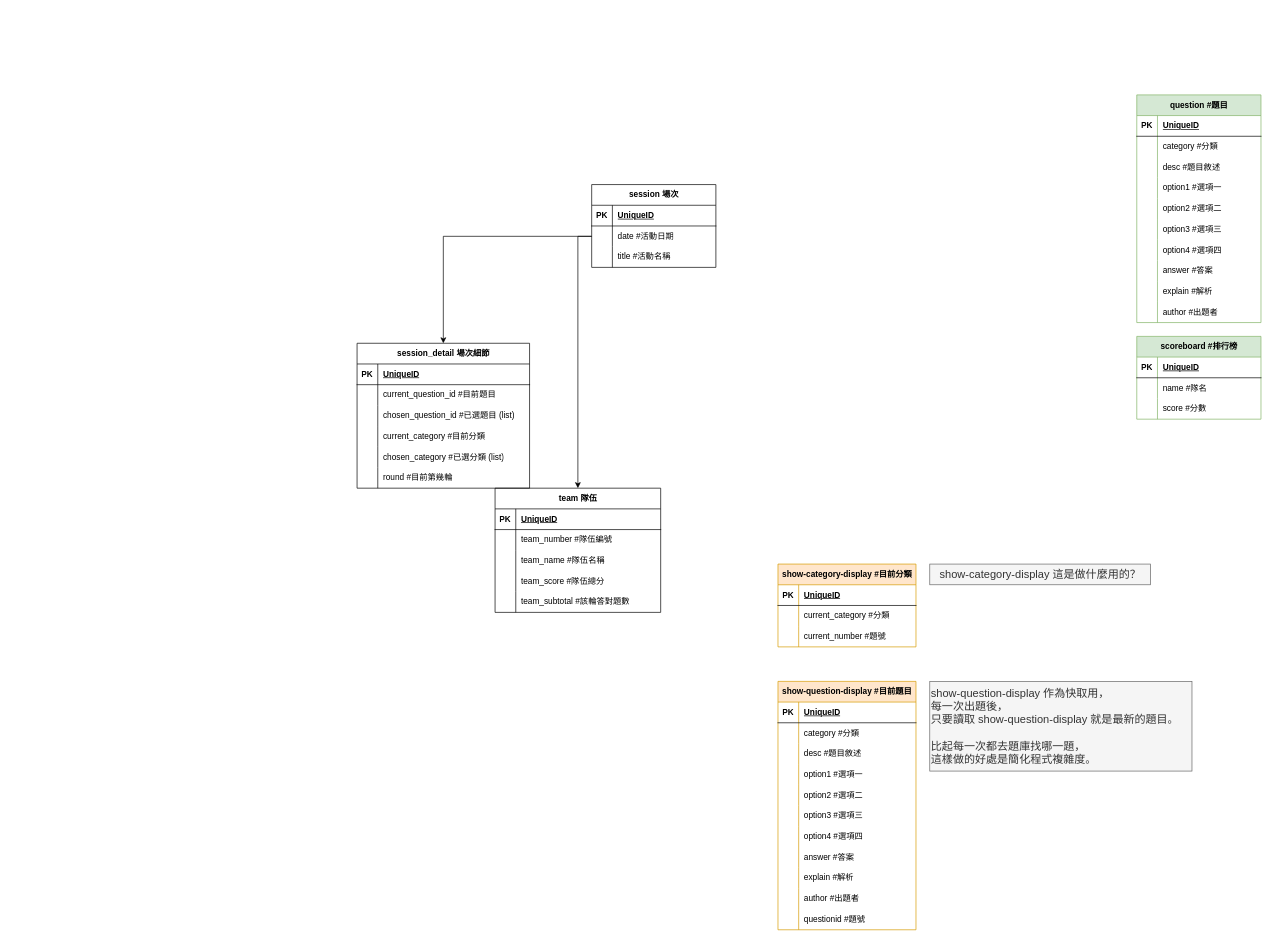
Before: design/database.drawio in chuanyang-studio/animated-spoon-20250308, a draw.io diagram. Source tidied: cells renumbered, new cells numbered last; positions are measured from the earlier drawing's top-left corner, leaving out a move shared by most shapes. Both pictures are drawn from the tidied source at 69%, with x=0, y=0 at pixel (357, 95).
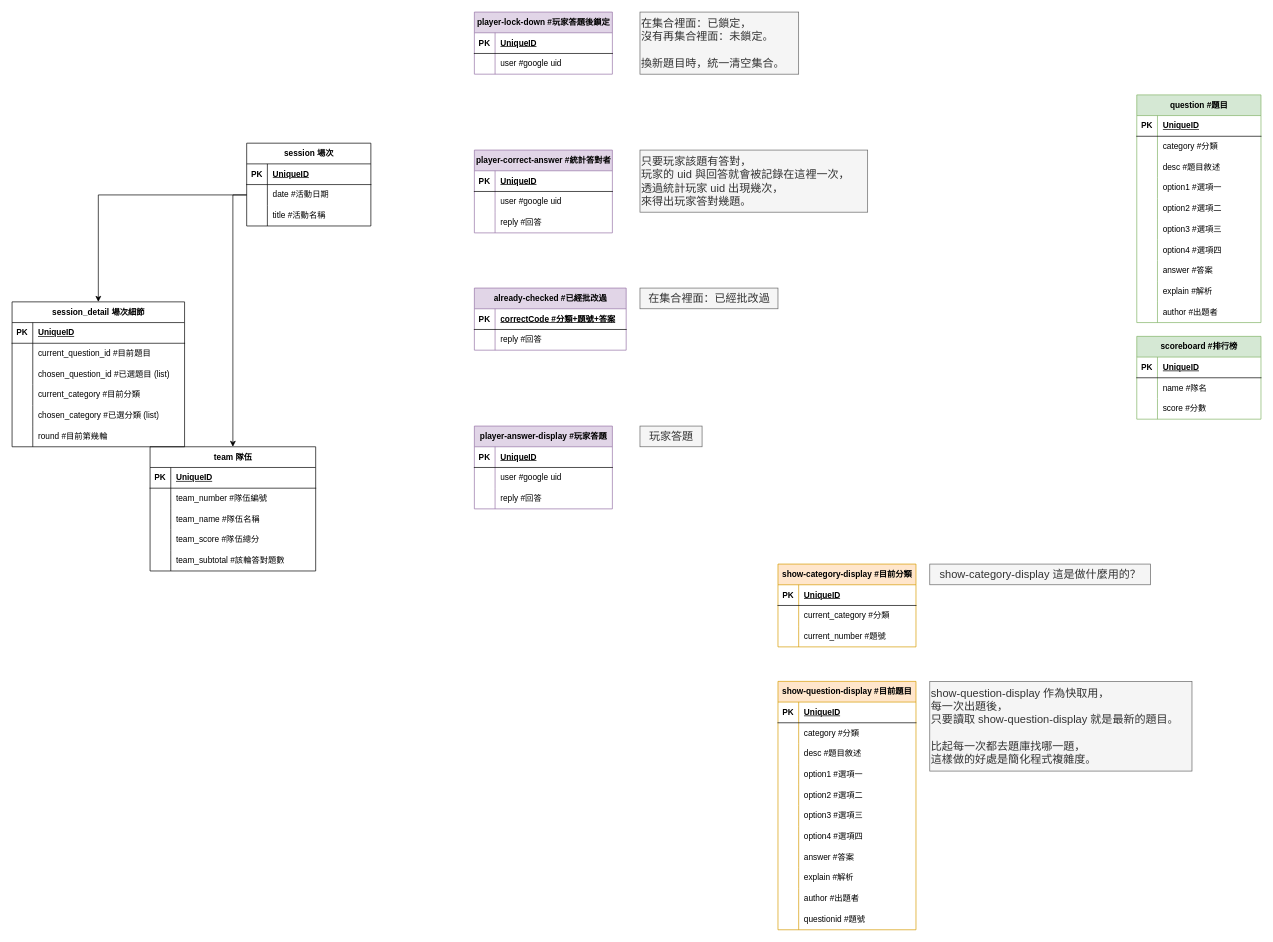
The same page after the edit.

Commit message:
add description to database design

Change to the diagram source:
```diff
@@
     <mxCell id="33" value="session 場次" style="shape=table;startSize=30;childLayout=tableLayout;rowLines=0;fontStyle=1;align=center;html=1;" parent="1" vertex="1">
-      <mxGeometry x="340" y="130" width="180" height="120" as="geometry" />
+      <mxGeometry x="-160" y="70" width="180" height="120" as="geometry" />
     </mxCell>
@@
     <mxCell id="43" value="team 隊伍" style="shape=table;startSize=30;childLayout=tableLayout;rowLines=0;fontStyle=1;align=center;html=1;" parent="1" vertex="1">
-      <mxGeometry x="200" y="570" width="240" height="180" as="geometry" />
+      <mxGeometry x="-300" y="510" width="240" height="180" as="geometry" />
     </mxCell>
@@
     <mxCell id="59" value="session_detail 場次細節" style="shape=table;startSize=30;childLayout=tableLayout;rowLines=0;fontStyle=1;align=center;html=1;" parent="1" vertex="1">
-      <mxGeometry y="360" width="250" height="210" as="geometry" />
+      <mxGeometry x="-500" y="300" width="250" height="210" as="geometry" />
     </mxCell>
@@
+    <mxCell id="136" value="player-lock-down #玩家答題後鎖定" style="shape=table;startSize=30;childLayout=tableLayout;rowLines=0;fontStyle=1;align=center;html=1;fillColor=#e1d5e7;strokeColor=#9673a6;" parent="1" vertex="1">
+      <mxGeometry x="170" y="-120" width="200" height="90" as="geometry" />
+    </mxCell>
+    <mxCell id="137" style="shape=tableRow;horizontal=0;startSize=0;swimlaneHead=0;swimlaneBody=0;fillColor=none;top=0;left=0;right=0;bottom=1;" parent="136" vertex="1">
+      <mxGeometry y="30" width="200" height="30" as="geometry" />
+    </mxCell>
+    <mxCell id="138" value="PK" style="shape=partialRectangle;fillColor=none;top=0;left=0;bottom=0;right=0;fontStyle=1;overflow=hidden;whiteSpace=wrap;html=1;" parent="137" vertex="1">
+      <mxGeometry width="30" height="30" as="geometry" />
+    </mxCell>
+    <mxCell id="139" value="UniqueID" style="shape=partialRectangle;fillColor=none;top=0;left=0;bottom=0;right=0;align=left;spacingLeft=6;fontStyle=5;overflow=hidden;whiteSpace=wrap;html=1;" parent="137" vertex="1">
+      <mxGeometry x="30" width="170" height="30" as="geometry" />
+    </mxCell>
+    <mxCell id="140" style="shape=tableRow;horizontal=0;startSize=0;swimlaneHead=0;swimlaneBody=0;fillColor=none;top=0;left=0;right=0;bottom=0;" parent="136" vertex="1">
+      <mxGeometry y="60" width="200" height="30" as="geometry" />
+    </mxCell>
+    <mxCell id="141" style="shape=partialRectangle;fillColor=none;top=0;left=0;bottom=0;right=0;overflow=hidden;whiteSpace=wrap;html=1;" parent="140" vertex="1">
+      <mxGeometry width="30" height="30" as="geometry" />
+    </mxCell>
+    <mxCell id="142" value="user #google uid" style="shape=partialRectangle;fillColor=none;top=0;left=0;bottom=0;right=0;align=left;spacingLeft=6;overflow=hidden;whiteSpace=wrap;html=1;" parent="140" vertex="1">
+      <mxGeometry x="30" width="170" height="30" as="geometry" />
+    </mxCell>
+    <mxCell id="143" value="player-correct-answer #統計答對者" style="shape=table;startSize=30;childLayout=tableLayout;rowLines=0;fontStyle=1;align=center;html=1;fillColor=#e1d5e7;strokeColor=#9673a6;" parent="1" vertex="1">
+      <mxGeometry x="170" y="80" width="200" height="120" as="geometry" />
+    </mxCell>
+    <mxCell id="144" style="shape=tableRow;horizontal=0;startSize=0;swimlaneHead=0;swimlaneBody=0;fillColor=none;top=0;left=0;right=0;bottom=1;" parent="143" vertex="1">
+      <mxGeometry y="30" width="200" height="30" as="geometry" />
+    </mxCell>
+    <mxCell id="145" value="PK" style="shape=partialRectangle;fillColor=none;top=0;left=0;bottom=0;right=0;fontStyle=1;overflow=hidden;whiteSpace=wrap;html=1;" parent="144" vertex="1">
+      <mxGeometry width="30" height="30" as="geometry" />
+    </mxCell>
+    <mxCell id="146" value="UniqueID" style="shape=partialRectangle;fillColor=none;top=0;left=0;bottom=0;right=0;align=left;spacingLeft=6;fontStyle=5;overflow=hidden;whiteSpace=wrap;html=1;" parent="144" vertex="1">
+      <mxGeometry x="30" width="170" height="30" as="geometry" />
+    </mxCell>
+    <mxCell id="147" style="shape=tableRow;horizontal=0;startSize=0;swimlaneHead=0;swimlaneBody=0;fillColor=none;top=0;left=0;right=0;bottom=0;" parent="143" vertex="1">
+      <mxGeometry y="60" width="200" height="30" as="geometry" />
+    </mxCell>
+    <mxCell id="148" style="shape=partialRectangle;fillColor=none;top=0;left=0;bottom=0;right=0;overflow=hidden;whiteSpace=wrap;html=1;" parent="147" vertex="1">
+      <mxGeometry width="30" height="30" as="geometry" />
+    </mxCell>
+    <mxCell id="149" value="user #google uid" style="shape=partialRectangle;fillColor=none;top=0;left=0;bottom=0;right=0;align=left;spacingLeft=6;overflow=hidden;whiteSpace=wrap;html=1;" parent="147" vertex="1">
+      <mxGeometry x="30" width="170" height="30" as="geometry" />
+    </mxCell>
+    <mxCell id="150" style="shape=tableRow;horizontal=0;startSize=0;swimlaneHead=0;swimlaneBody=0;fillColor=none;top=0;left=0;right=0;bottom=0;" parent="143" vertex="1">
+      <mxGeometry y="90" width="200" height="30" as="geometry" />
+    </mxCell>
+    <mxCell id="151" style="shape=partialRectangle;fillColor=none;top=0;left=0;bottom=0;right=0;overflow=hidden;whiteSpace=wrap;html=1;" parent="150" vertex="1">
+      <mxGeometry width="30" height="30" as="geometry" />
+    </mxCell>
+    <mxCell id="152" value="reply #回答" style="shape=partialRectangle;fillColor=none;top=0;left=0;bottom=0;right=0;align=left;spacingLeft=6;overflow=hidden;whiteSpace=wrap;html=1;" parent="150" vertex="1">
+      <mxGeometry x="30" width="170" height="30" as="geometry" />
+    </mxCell>
+    <mxCell id="153" value="already-checked #已經批改過" style="shape=table;startSize=30;childLayout=tableLayout;rowLines=0;fontStyle=1;align=center;html=1;fillColor=#e1d5e7;strokeColor=#9673a6;" parent="1" vertex="1">
+      <mxGeometry x="170" y="280" width="220" height="90" as="geometry" />
+    </mxCell>
+    <mxCell id="154" style="shape=tableRow;horizontal=0;startSize=0;swimlaneHead=0;swimlaneBody=0;fillColor=none;top=0;left=0;right=0;bottom=1;" parent="153" vertex="1">
+      <mxGeometry y="30" width="220" height="30" as="geometry" />
+    </mxCell>
+    <mxCell id="155" value="PK" style="shape=partialRectangle;fillColor=none;top=0;left=0;bottom=0;right=0;fontStyle=1;overflow=hidden;whiteSpace=wrap;html=1;" parent="154" vertex="1">
+      <mxGeometry width="30" height="30" as="geometry" />
+    </mxCell>
+    <mxCell id="156" value="correctCode #分類+題號+答案" style="shape=partialRectangle;fillColor=none;top=0;left=0;bottom=0;right=0;align=left;spacingLeft=6;fontStyle=5;overflow=hidden;whiteSpace=wrap;html=1;" parent="154" vertex="1">
+      <mxGeometry x="30" width="190" height="30" as="geometry" />
+    </mxCell>
+    <mxCell id="157" style="shape=tableRow;horizontal=0;startSize=0;swimlaneHead=0;swimlaneBody=0;fillColor=none;top=0;left=0;right=0;bottom=0;" parent="153" vertex="1">
+      <mxGeometry y="60" width="220" height="30" as="geometry" />
+    </mxCell>
+    <mxCell id="158" style="shape=partialRectangle;fillColor=none;top=0;left=0;bottom=0;right=0;overflow=hidden;whiteSpace=wrap;html=1;" parent="157" vertex="1">
+      <mxGeometry width="30" height="30" as="geometry" />
+    </mxCell>
+    <mxCell id="159" value="reply #回答" style="shape=partialRectangle;fillColor=none;top=0;left=0;bottom=0;right=0;align=left;spacingLeft=6;overflow=hidden;whiteSpace=wrap;html=1;" parent="157" vertex="1">
+      <mxGeometry x="30" width="190" height="30" as="geometry" />
+    </mxCell>
+    <mxCell id="160" value="player-answer-display #玩家答題" style="shape=table;startSize=30;childLayout=tableLayout;rowLines=0;fontStyle=1;align=center;html=1;fillColor=#e1d5e7;strokeColor=#9673a6;" parent="1" vertex="1">
+      <mxGeometry x="170" y="480" width="200" height="120" as="geometry" />
+    </mxCell>
+    <mxCell id="161" style="shape=tableRow;horizontal=0;startSize=0;swimlaneHead=0;swimlaneBody=0;fillColor=none;top=0;left=0;right=0;bottom=1;" parent="160" vertex="1">
+      <mxGeometry y="30" width="200" height="30" as="geometry" />
+    </mxCell>
+    <mxCell id="162" value="PK" style="shape=partialRectangle;fillColor=none;top=0;left=0;bottom=0;right=0;fontStyle=1;overflow=hidden;whiteSpace=wrap;html=1;" parent="161" vertex="1">
+      <mxGeometry width="30" height="30" as="geometry" />
+    </mxCell>
+    <mxCell id="163" value="UniqueID" style="shape=partialRectangle;fillColor=none;top=0;left=0;bottom=0;right=0;align=left;spacingLeft=6;fontStyle=5;overflow=hidden;whiteSpace=wrap;html=1;" parent="161" vertex="1">
+      <mxGeometry x="30" width="170" height="30" as="geometry" />
+    </mxCell>
+    <mxCell id="164" style="shape=tableRow;horizontal=0;startSize=0;swimlaneHead=0;swimlaneBody=0;fillColor=none;top=0;left=0;right=0;bottom=0;" parent="160" vertex="1">
+      <mxGeometry y="60" width="200" height="30" as="geometry" />
+    </mxCell>
+    <mxCell id="165" style="shape=partialRectangle;fillColor=none;top=0;left=0;bottom=0;right=0;overflow=hidden;whiteSpace=wrap;html=1;" parent="164" vertex="1">
+      <mxGeometry width="30" height="30" as="geometry" />
+    </mxCell>
+    <mxCell id="166" value="user #google uid" style="shape=partialRectangle;fillColor=none;top=0;left=0;bottom=0;right=0;align=left;spacingLeft=6;overflow=hidden;whiteSpace=wrap;html=1;" parent="164" vertex="1">
+      <mxGeometry x="30" width="170" height="30" as="geometry" />
+    </mxCell>
+    <mxCell id="167" style="shape=tableRow;horizontal=0;startSize=0;swimlaneHead=0;swimlaneBody=0;fillColor=none;top=0;left=0;right=0;bottom=0;" parent="160" vertex="1">
+      <mxGeometry y="90" width="200" height="30" as="geometry" />
+    </mxCell>
+    <mxCell id="168" style="shape=partialRectangle;fillColor=none;top=0;left=0;bottom=0;right=0;overflow=hidden;whiteSpace=wrap;html=1;" parent="167" vertex="1">
+      <mxGeometry width="30" height="30" as="geometry" />
+    </mxCell>
+    <mxCell id="169" value="reply #回答" style="shape=partialRectangle;fillColor=none;top=0;left=0;bottom=0;right=0;align=left;spacingLeft=6;overflow=hidden;whiteSpace=wrap;html=1;" parent="167" vertex="1">
+      <mxGeometry x="30" width="170" height="30" as="geometry" />
+    </mxCell>
+    <mxCell id="170" value="在集合裡面：已鎖定，&lt;br&gt;沒有再集合裡面：未鎖定。&lt;br&gt;&lt;br&gt;換新題目時，統一清空集合。" style="text;html=1;align=left;verticalAlign=middle;strokeColor=#666666;fillColor=#f5f5f5;fontColor=#333333;fontSize=16;" parent="1" vertex="1">
+      <mxGeometry x="410" y="-120" width="230" height="90" as="geometry" />
+    </mxCell>
+    <mxCell id="171" value="只要玩家該題有答對，&lt;br&gt;玩家的 uid 與回答就會被記錄在這裡一次，&lt;div&gt;透過統計玩家 uid 出現幾次，&lt;/div&gt;&lt;div&gt;來得出玩家答對幾題。&lt;/div&gt;" style="text;html=1;align=left;verticalAlign=middle;strokeColor=#666666;fillColor=#f5f5f5;fontColor=#333333;fontSize=16;" parent="1" vertex="1">
+      <mxGeometry x="410" y="80" width="330" height="90" as="geometry" />
+    </mxCell>
+    <mxCell id="172" value="在集合裡面：已經批改過" style="text;html=1;align=center;verticalAlign=middle;strokeColor=#666666;fillColor=#f5f5f5;fontSize=16;fontColor=#333333;" parent="1" vertex="1">
+      <mxGeometry x="410" y="280" width="200" height="30" as="geometry" />
+    </mxCell>
+    <mxCell id="173" value="玩家答題" style="text;html=1;align=center;verticalAlign=middle;strokeColor=#666666;fillColor=#f5f5f5;fontSize=16;fontColor=#333333;" parent="1" vertex="1">
+      <mxGeometry x="410" y="480" width="90" height="30" as="geometry" />
+    </mxCell>
```
